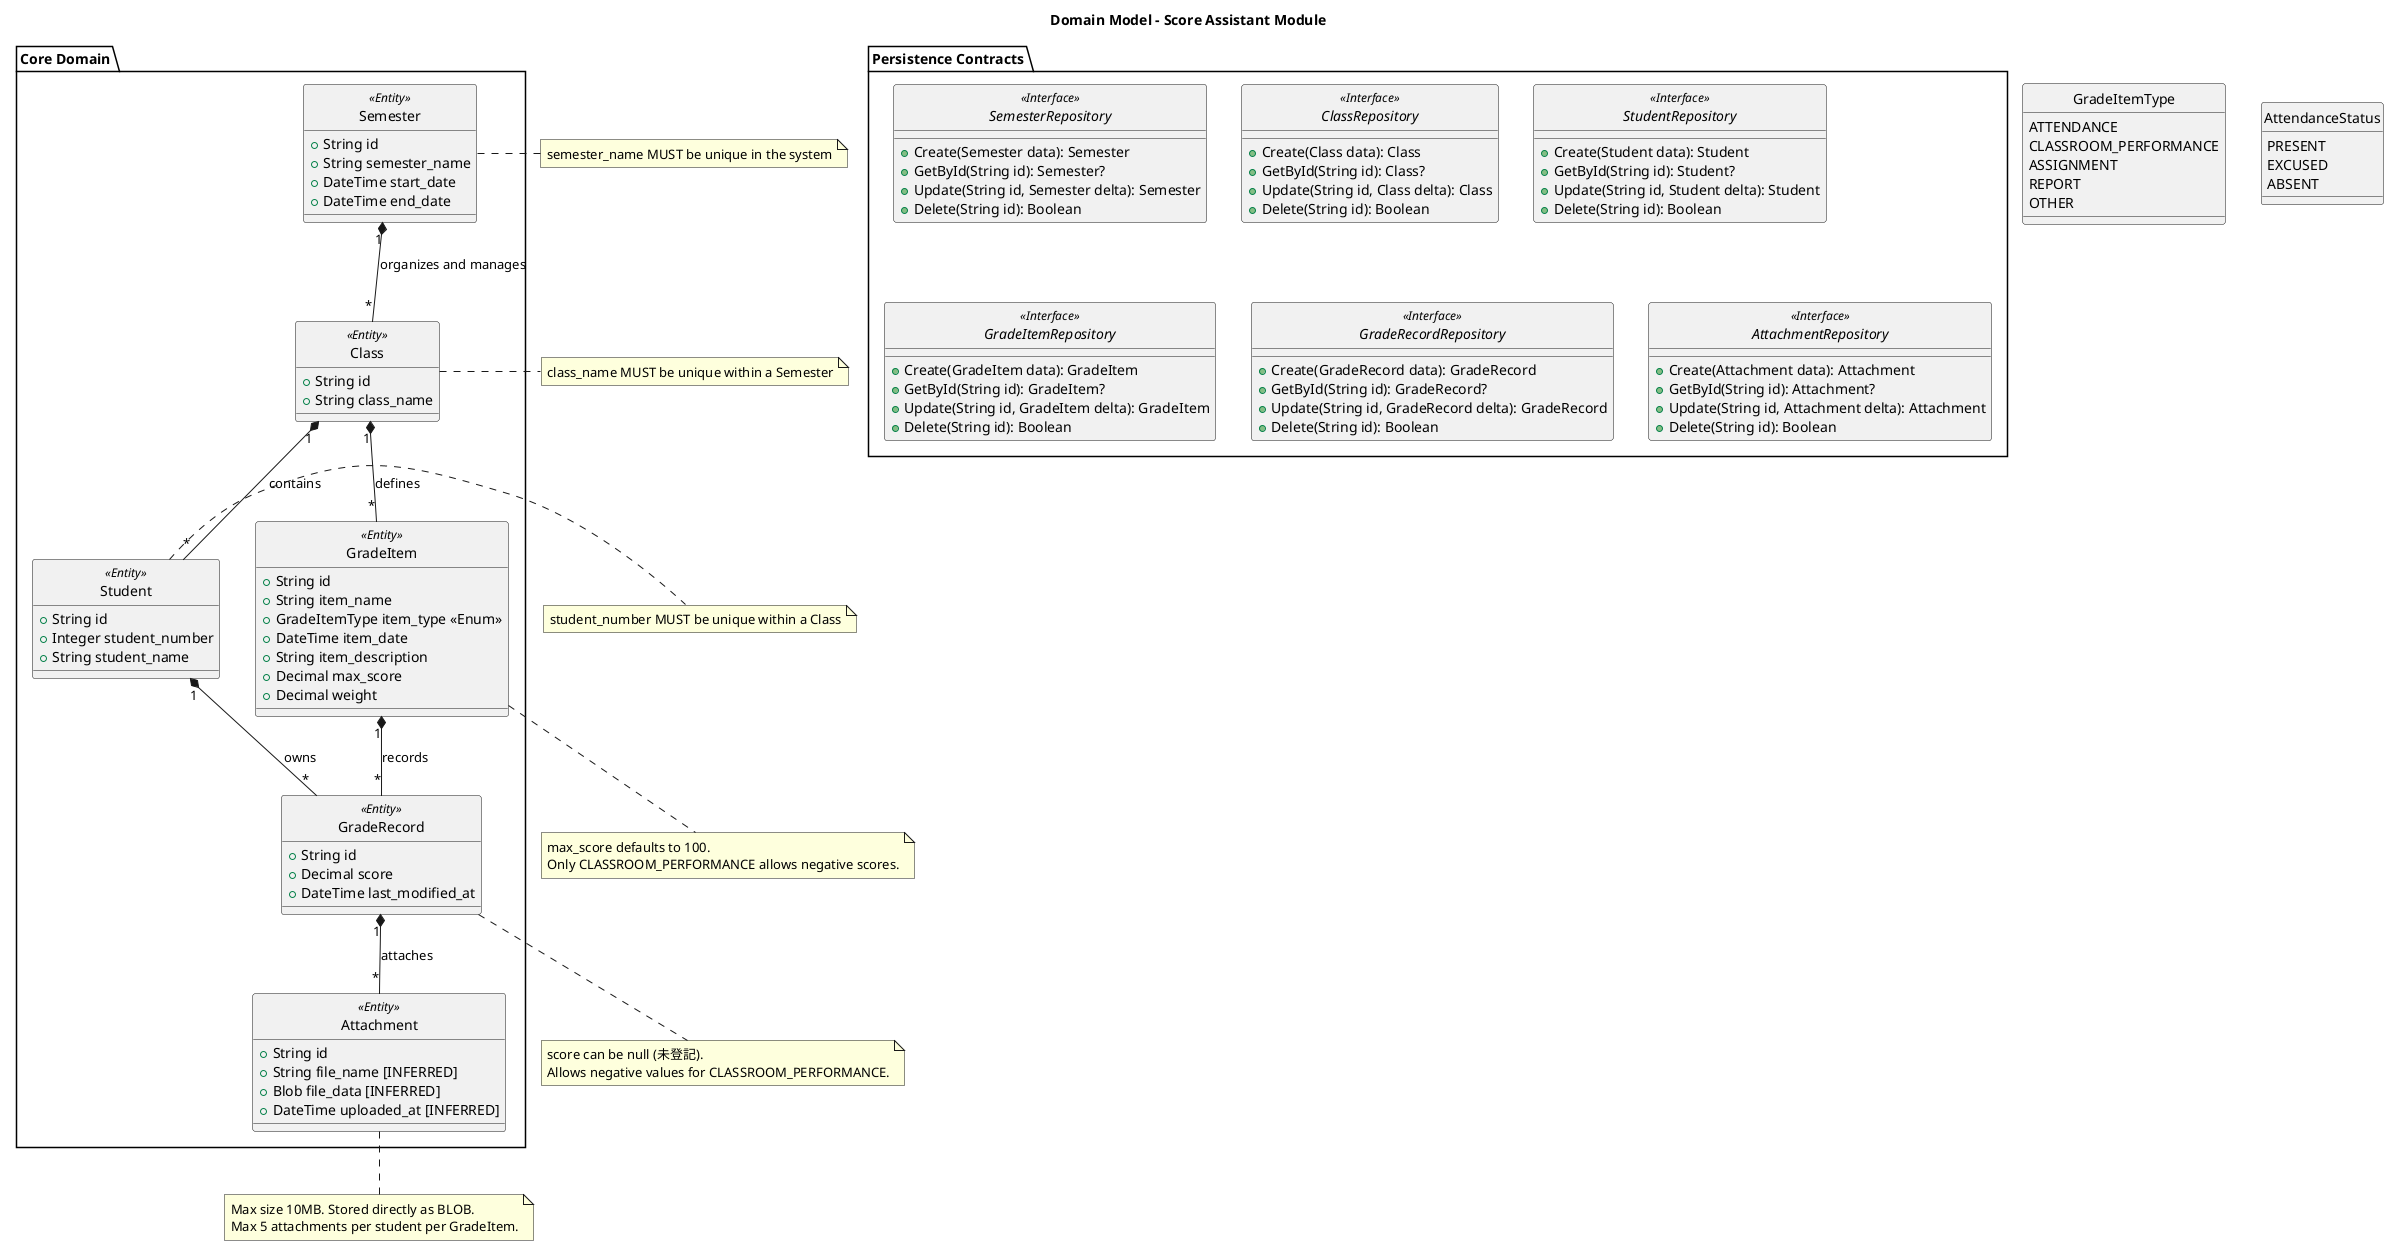
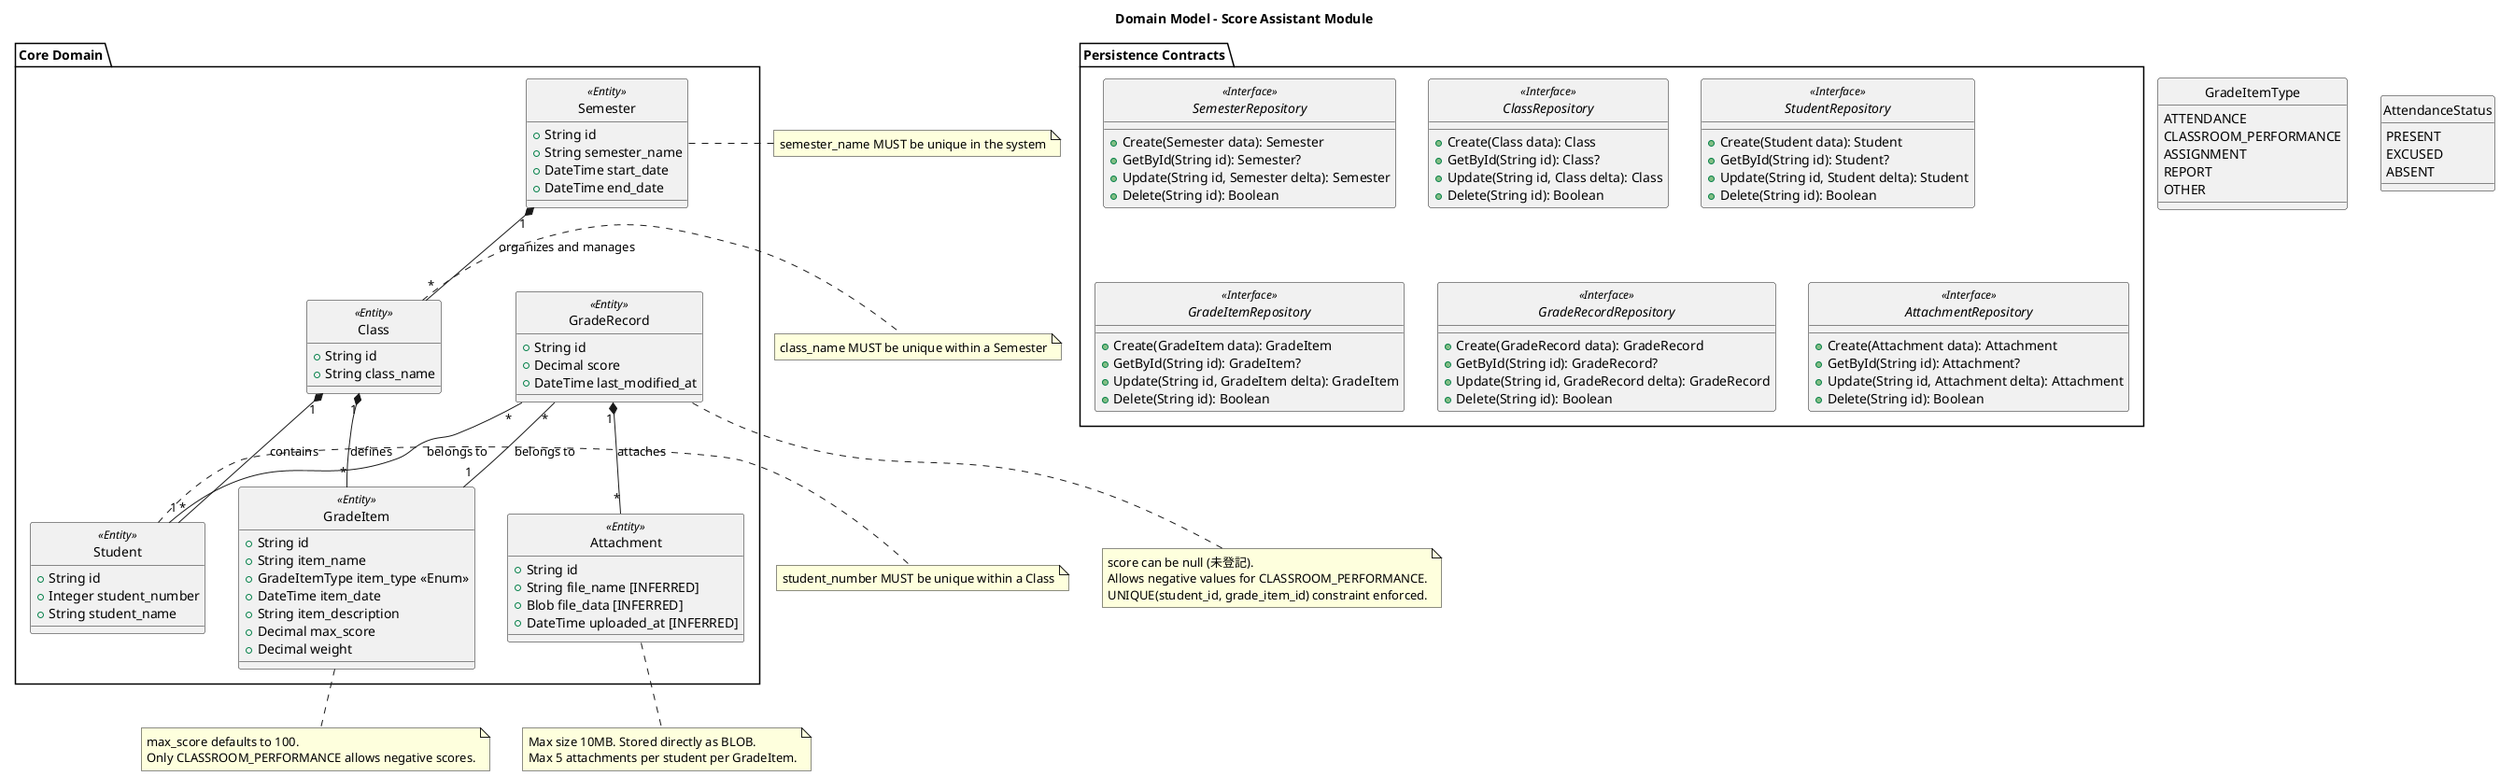
@startuml
skinparam style strictuml
title Domain Model - Score Assistant Module

package "Core Domain" {
    class Semester <<Entity>> {
        +String id
        +String semester_name
        +DateTime start_date
        +DateTime end_date
    }

    class Class <<Entity>> {
        +String id
        +String class_name
    }

    class Student <<Entity>> {
        +String id
        +Integer student_number
        +String student_name
    }

    class GradeItem <<Entity>> {
        +String id
        +String item_name
        +GradeItemType item_type <<Enum>>
        +DateTime item_date
        +String item_description
        +Decimal max_score
        +Decimal weight
    }

    class GradeRecord <<Entity>> {
        +String id
        +Decimal score
        +DateTime last_modified_at
    }

    class Attachment <<Entity>> {
        +String id
        +String file_name [INFERRED]
        +Blob file_data [INFERRED]
        +DateTime uploaded_at [INFERRED]
    }
}

package "Persistence Contracts" {
    interface SemesterRepository <<Interface>> {
        +Create(Semester data): Semester
        +GetById(String id): Semester?
        +Update(String id, Semester delta): Semester
        +Delete(String id): Boolean
    }

    interface ClassRepository <<Interface>> {
        +Create(Class data): Class
        +GetById(String id): Class?
        +Update(String id, Class delta): Class
        +Delete(String id): Boolean
    }

    interface StudentRepository <<Interface>> {
        +Create(Student data): Student
        +GetById(String id): Student?
        +Update(String id, Student delta): Student
        +Delete(String id): Boolean
    }

    interface GradeItemRepository <<Interface>> {
        +Create(GradeItem data): GradeItem
        +GetById(String id): GradeItem?
        +Update(String id, GradeItem delta): GradeItem
        +Delete(String id): Boolean
    }

    interface GradeRecordRepository <<Interface>> {
        +Create(GradeRecord data): GradeRecord
        +GetById(String id): GradeRecord?
        +Update(String id, GradeRecord delta): GradeRecord
        +Delete(String id): Boolean
    }

    interface AttachmentRepository <<Interface>> {
        +Create(Attachment data): Attachment
        +GetById(String id): Attachment?
        +Update(String id, Attachment delta): Attachment
        +Delete(String id): Boolean
    }
}

' Relationships: Strong ownership with multiplicity
Semester "1" *-- "*" Class : "organizes and manages"
Class "1" *-- "*" Student : "contains"
Class "1" *-- "*" GradeItem : "defines"
- GradeItem "1" *-- "*" GradeRecord : "records"
- Student "1" *-- "*" GradeRecord : "owns"
+ GradeRecord "*" -- "1" GradeItem : "belongs to"
+ GradeRecord "*" -- "1" Student : "belongs to"
GradeRecord "1" *-- "*" Attachment : "attaches"

enum GradeItemType {
    ATTENDANCE
    CLASSROOM_PERFORMANCE
    ASSIGNMENT
    REPORT
    OTHER
}

enum AttendanceStatus {
    PRESENT
    EXCUSED
    ABSENT
}

note right of Semester : semester_name MUST be unique in the system
note right of Class : class_name MUST be unique within a Semester
note right of Student : student_number MUST be unique within a Class
note bottom of GradeItem : max_score defaults to 100.\nOnly CLASSROOM_PERFORMANCE allows negative scores.
- note bottom of GradeRecord : score can be null (未登記).\nAllows negative values for CLASSROOM_PERFORMANCE.
+ note bottom of GradeRecord : score can be null (未登記).\nAllows negative values for CLASSROOM_PERFORMANCE.\nUNIQUE(student_id, grade_item_id) constraint enforced.
note bottom of Attachment : Max size 10MB. Stored directly as BLOB.\nMax 5 attachments per student per GradeItem.
@enduml
